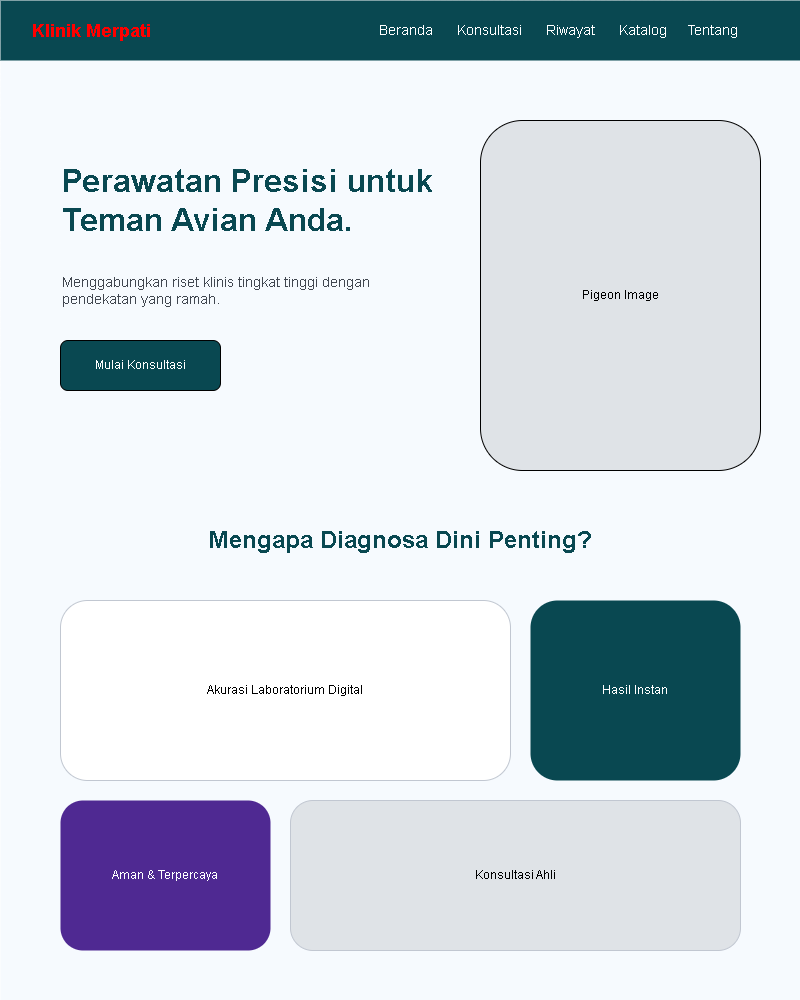
The draw.io diagram diagram/desain/beranda.png in Jinsky/Jinsky, before a commit. Source tidied: cells renumbered, new cells last; positions are measured from the earlier drawing's top-left corner, leaving out a move shared by most shapes.
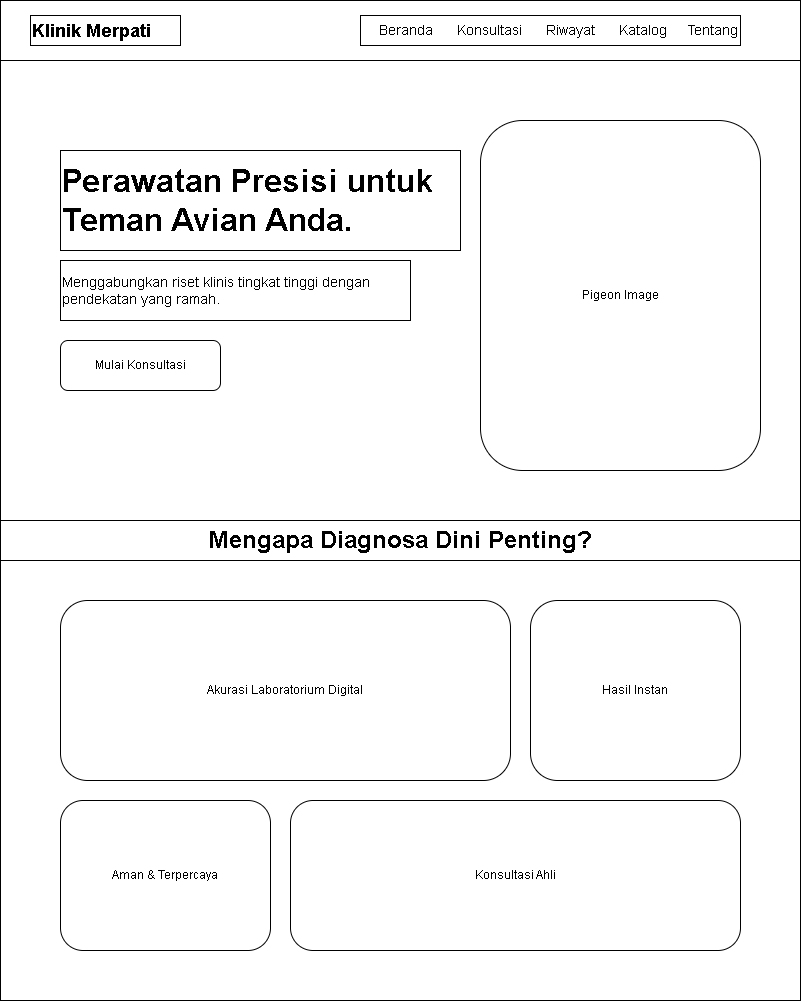
The same file after the commit.

What changed in the source:
```diff
@@ -2,43 +2,43 @@
   <root>
     <mxCell id="0" />
     <mxCell id="1" parent="0" />
-    <mxCell id="2" style="rounded=0;whiteSpace=wrap;html=1;fillColor=#f6fafe;strokeColor=none;" parent="1" vertex="1">
+    <mxCell id="2" style="rounded=0;whiteSpace=wrap;html=1;fillColor=#ffffff;strokeColor=#000000;fontColor=#000000;" parent="1" vertex="1">
       <mxGeometry width="800" height="1000" as="geometry" />
     </mxCell>
-    <mxCell id="3" style="rounded=0;whiteSpace=wrap;html=1;fillColor=#094851;strokeColor=none;" parent="1" vertex="1">
+    <mxCell id="3" style="rounded=0;whiteSpace=wrap;html=1;fillColor=#ffffff;strokeColor=#000000;fontColor=#000000;" parent="1" vertex="1">
       <mxGeometry width="800" height="60" as="geometry" />
     </mxCell>
-    <mxCell id="4" value="&lt;b&gt;&lt;font style=&quot;color: light-dark(rgb(255, 0, 0), rgb(237, 237, 237));&quot;&gt;Klinik Merpati&lt;/font&gt;&lt;/b&gt;" style="text;html=1;strokeColor=none;fillColor=none;align=left;verticalAlign=middle;whiteSpace=wrap;rounded=0;fontColor=#ffffff;fontSize=18;" parent="1" vertex="1">
+    <mxCell id="4" value="&lt;b&gt;&lt;font style=&quot;color: #000000;&quot;&gt;Klinik Merpati&lt;/font&gt;&lt;/b&gt;" style="text;html=1;strokeColor=#000000;fillColor=none;align=left;verticalAlign=middle;whiteSpace=wrap;rounded=0;fontColor=#000000;fontSize=18;" parent="1" vertex="1">
       <mxGeometry x="30" y="15" width="150" height="30" as="geometry" />
     </mxCell>
-    <mxCell id="5" value="&lt;font style=&quot;font-size: 14px; color: light-dark(rgb(255, 255, 255), rgb(237, 237, 237));&quot;&gt;Beranda&amp;nbsp; &amp;nbsp; &amp;nbsp; Konsultasi&amp;nbsp; &amp;nbsp; &amp;nbsp; Riwayat&amp;nbsp; &amp;nbsp; &amp;nbsp; Katalog&amp;nbsp; &amp;nbsp; &amp;nbsp;Tentang&lt;/font&gt;" style="text;html=1;strokeColor=none;fillColor=none;align=center;verticalAlign=middle;whiteSpace=wrap;rounded=0;fontColor=#ffffff;align=right;" parent="1" vertex="1">
+    <mxCell id="5" value="&lt;font style=&quot;font-size: 14px; color: #000000;&quot;&gt;Beranda&amp;nbsp; &amp;nbsp; &amp;nbsp; Konsultasi&amp;nbsp; &amp;nbsp; &amp;nbsp; Riwayat&amp;nbsp; &amp;nbsp; &amp;nbsp; Katalog&amp;nbsp; &amp;nbsp; &amp;nbsp;Tentang&lt;/font&gt;" style="text;html=1;strokeColor=#000000;fillColor=none;align=right;verticalAlign=middle;whiteSpace=wrap;rounded=0;fontColor=#000000;" parent="1" vertex="1">
       <mxGeometry x="360" y="15" width="380" height="30" as="geometry" />
     </mxCell>
-    <mxCell id="6" value="&lt;b&gt;Perawatan Presisi untuk&lt;br/&gt;Teman Avian Anda.&lt;/b&gt;" style="text;html=1;strokeColor=none;fillColor=none;align=left;verticalAlign=middle;whiteSpace=wrap;rounded=0;fontSize=32;fontColor=#094851;" parent="1" vertex="1">
+    <mxCell id="6" value="&lt;b&gt;Perawatan Presisi untuk&lt;br/&gt;Teman Avian Anda.&lt;/b&gt;" style="text;html=1;strokeColor=#000000;fillColor=none;align=left;verticalAlign=middle;whiteSpace=wrap;rounded=0;fontSize=32;fontColor=#000000;" parent="1" vertex="1">
       <mxGeometry x="60" y="150" width="400" height="100" as="geometry" />
     </mxCell>
-    <mxCell id="7" value="Menggabungkan riset klinis tingkat tinggi dengan pendekatan yang ramah." style="text;html=1;strokeColor=none;fillColor=none;align=left;verticalAlign=middle;whiteSpace=wrap;rounded=0;fontSize=14;fontColor=#414750;" parent="1" vertex="1">
+    <mxCell id="7" value="Menggabungkan riset klinis tingkat tinggi dengan pendekatan yang ramah." style="text;html=1;strokeColor=#000000;fillColor=none;align=left;verticalAlign=middle;whiteSpace=wrap;rounded=0;fontSize=14;fontColor=#000000;" parent="1" vertex="1">
       <mxGeometry x="60" y="260" width="350" height="60" as="geometry" />
     </mxCell>
-    <mxCell id="8" value="Mulai Konsultasi" style="rounded=0;whiteSpace=wrap;html=1;fillColor=#094851;fontColor=#ffffff;rounded=1;" parent="1" vertex="1">
+    <mxCell id="8" value="Mulai Konsultasi" style="rounded=1;whiteSpace=wrap;html=1;fillColor=#ffffff;fontColor=#000000;strokeColor=#000000;" parent="1" vertex="1">
       <mxGeometry x="60" y="340" width="160" height="50" as="geometry" />
     </mxCell>
-    <mxCell id="9" value="Pigeon Image" style="rounded=0;whiteSpace=wrap;html=1;fillColor=#dfe3e7;rounded=1;" parent="1" vertex="1">
+    <mxCell id="9" value="Pigeon Image" style="rounded=1;whiteSpace=wrap;html=1;fillColor=#ffffff;strokeColor=#000000;fontColor=#000000;" parent="1" vertex="1">
       <mxGeometry x="480" y="120" width="280" height="350" as="geometry" />
     </mxCell>
-    <mxCell id="10" value="&lt;b&gt;Mengapa Diagnosa Dini Penting?&lt;/b&gt;" style="text;html=1;strokeColor=none;fillColor=none;align=left;verticalAlign=middle;whiteSpace=wrap;rounded=0;align=center;fontSize=24;fontColor=#094851;" parent="1" vertex="1">
+    <mxCell id="10" value="&lt;b&gt;Mengapa Diagnosa Dini Penting?&lt;/b&gt;" style="text;html=1;strokeColor=#000000;fillColor=none;align=center;verticalAlign=middle;whiteSpace=wrap;rounded=0;fontSize=24;fontColor=#000000;" parent="1" vertex="1">
       <mxGeometry y="520" width="800" height="40" as="geometry" />
     </mxCell>
-    <mxCell id="11" value="Akurasi Laboratorium Digital" style="rounded=0;whiteSpace=wrap;html=1;fillColor=#ffffff;rounded=1;strokeColor=#c1c7d1;" parent="1" vertex="1">
+    <mxCell id="11" value="Akurasi Laboratorium Digital" style="rounded=1;whiteSpace=wrap;html=1;fillColor=#ffffff;strokeColor=#000000;fontColor=#000000;" parent="1" vertex="1">
       <mxGeometry x="60" y="600" width="450" height="180" as="geometry" />
     </mxCell>
-    <mxCell id="12" value="Hasil Instan" style="rounded=0;whiteSpace=wrap;html=1;fillColor=#094851;fontColor=#ffffff;rounded=1;strokeColor=none;" parent="1" vertex="1">
+    <mxCell id="12" value="Hasil Instan" style="rounded=1;whiteSpace=wrap;html=1;fillColor=#ffffff;fontColor=#000000;strokeColor=#000000;" parent="1" vertex="1">
       <mxGeometry x="530" y="600" width="210" height="180" as="geometry" />
     </mxCell>
-    <mxCell id="13" value="Aman &amp;amp; Terpercaya" style="rounded=0;whiteSpace=wrap;html=1;fillColor=#4f2992;fontColor=#ffffff;rounded=1;strokeColor=none;" parent="1" vertex="1">
+    <mxCell id="13" value="Aman &amp;amp; Terpercaya" style="rounded=1;whiteSpace=wrap;html=1;fillColor=#ffffff;fontColor=#000000;strokeColor=#000000;" parent="1" vertex="1">
       <mxGeometry x="60" y="800" width="210" height="150" as="geometry" />
     </mxCell>
-    <mxCell id="14" value="Konsultasi Ahli" style="rounded=0;whiteSpace=wrap;html=1;fillColor=#dfe3e7;rounded=1;strokeColor=#c1c7d1;" parent="1" vertex="1">
+    <mxCell id="14" value="Konsultasi Ahli" style="rounded=1;whiteSpace=wrap;html=1;fillColor=#ffffff;strokeColor=#000000;fontColor=#000000;" parent="1" vertex="1">
       <mxGeometry x="290" y="800" width="450" height="150" as="geometry" />
     </mxCell>
   </root>
```
